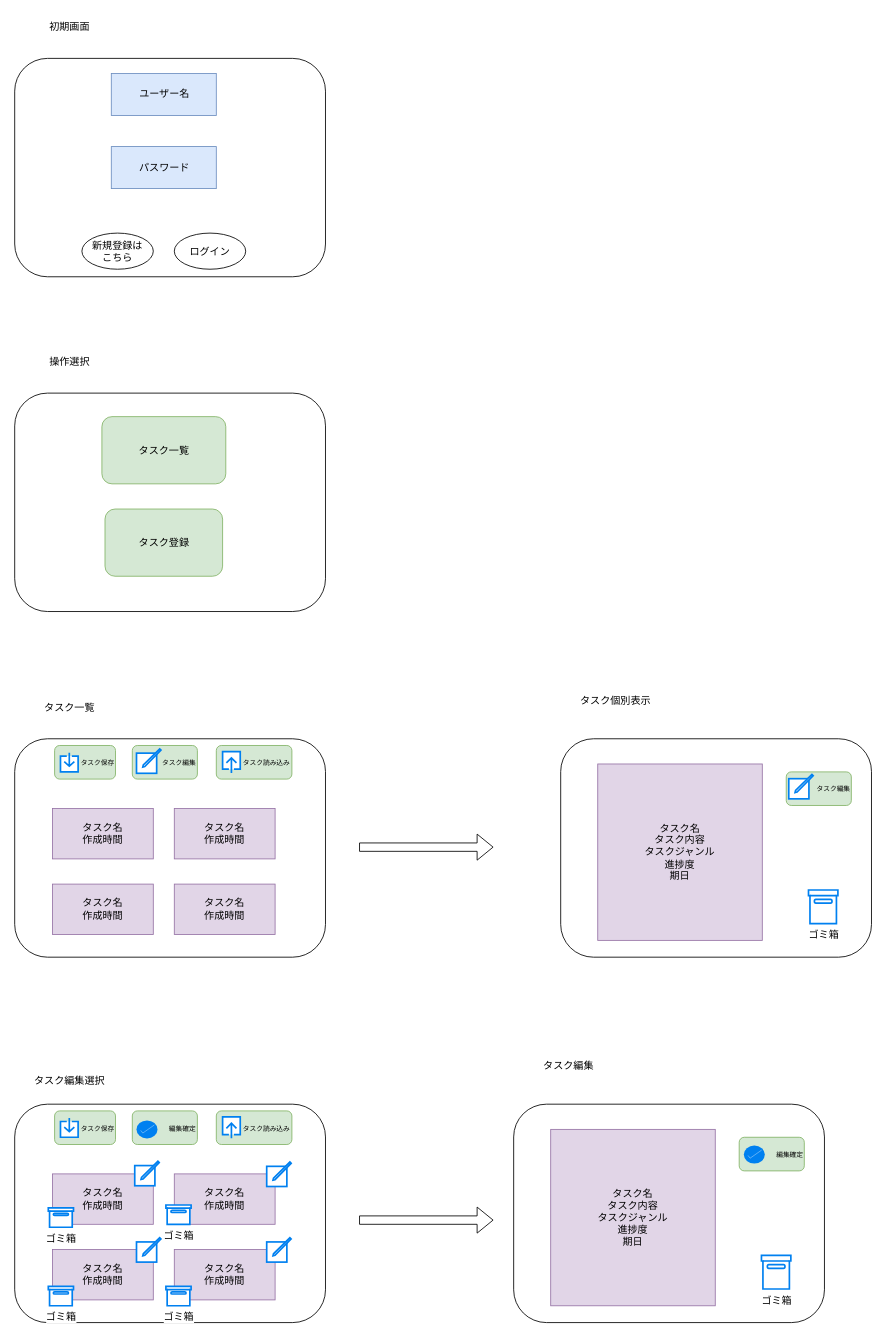
This is 図/screen.drawio from OMOCHInoHOSHI/2025-ToDoapp, a draw.io file, before an edit. Source tidied: cells renumbered, new cells numbered last; positions are measured from the earlier drawing's top-left corner, leaving out a move shared by most shapes. Both pictures are drawn from the tidied source at 84%, with x=0, y=0 at pixel (14, 14).
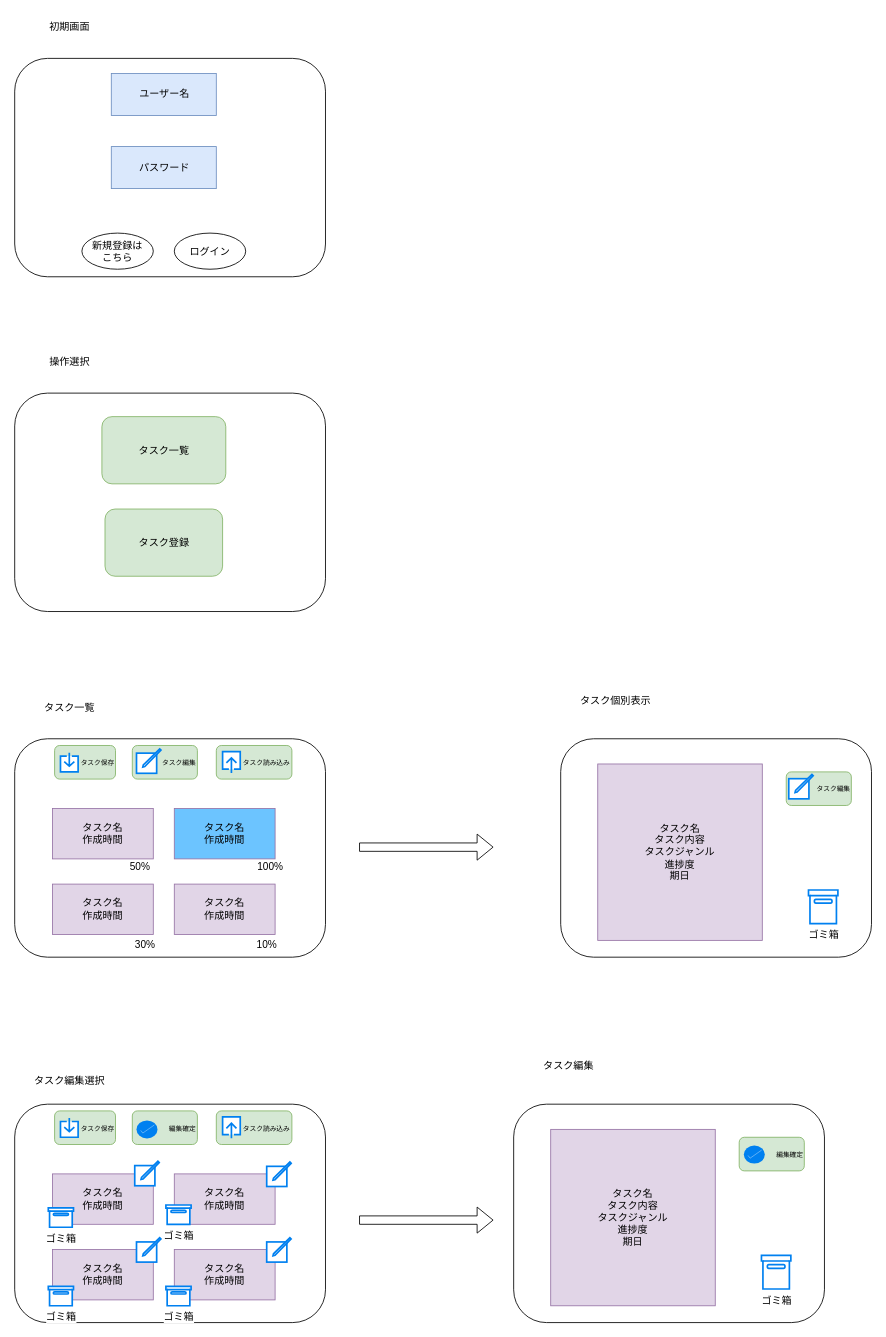
The same diagram, later.

Commit message:
タスク一覧画面調整

Change to the diagram source:
```diff
@@
-    <mxCell id="17" value="タスク名&lt;br&gt;作成時間" style="whiteSpace=wrap;html=1;fillColor=#e1d5e7;strokeColor=#9673a6;" parent="1" vertex="1">
+    <mxCell id="17" value="タスク名&lt;br&gt;作成時間" style="whiteSpace=wrap;html=1;fillColor=#6CC4FF;strokeColor=#9673a6;" parent="1" vertex="1">
       <mxGeometry x="190" y="945" width="120" height="60" as="geometry" />
     </mxCell>
@@
+    <mxCell id="60" value="50%" style="text;html=1;align=center;verticalAlign=middle;strokeColor=none;fillColor=none;" parent="1" vertex="1">
+      <mxGeometry x="124.1" y="1000" width="50" height="30" as="geometry" />
+    </mxCell>
+    <mxCell id="61" value="100%" style="text;html=1;align=center;verticalAlign=middle;strokeColor=none;fillColor=none;" parent="1" vertex="1">
+      <mxGeometry x="279.1" y="1000" width="50" height="30" as="geometry" />
+    </mxCell>
+    <mxCell id="62" value="30%" style="text;html=1;align=center;verticalAlign=middle;strokeColor=none;fillColor=none;" parent="1" vertex="1">
+      <mxGeometry x="130" y="1092" width="50" height="30" as="geometry" />
+    </mxCell>
+    <mxCell id="63" value="10%" style="text;html=1;align=center;verticalAlign=middle;strokeColor=none;fillColor=none;" parent="1" vertex="1">
+      <mxGeometry x="275" y="1092" width="50" height="30" as="geometry" />
+    </mxCell>
```
